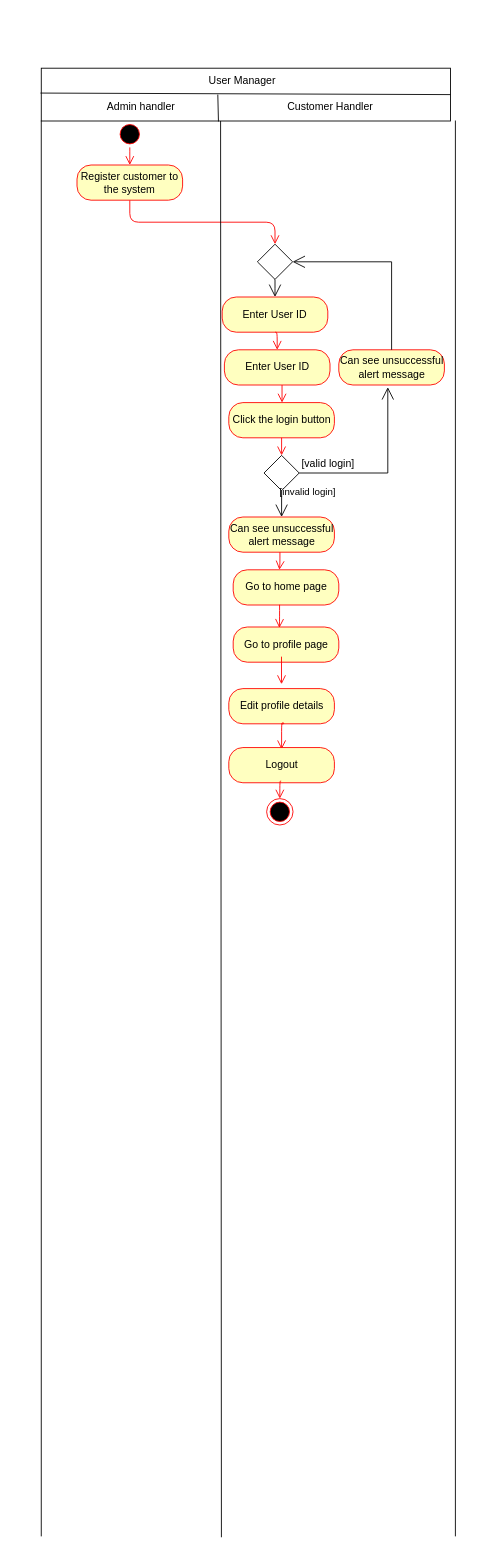
This is page "yuchira activity diagram" (8 of 37) of PAF ER Diagram.drawio from YuchiraJA/PAF-Project-ER-Diagram, a draw.io file, before an edit. Source tidied: cells renumbered, new cells numbered last; positions are measured from the earlier drawing's top-left corner, leaving out a move shared by most shapes. Both pictures are drawn from the tidied source at 88%, with x=0, y=0 at pixel (40, 68).
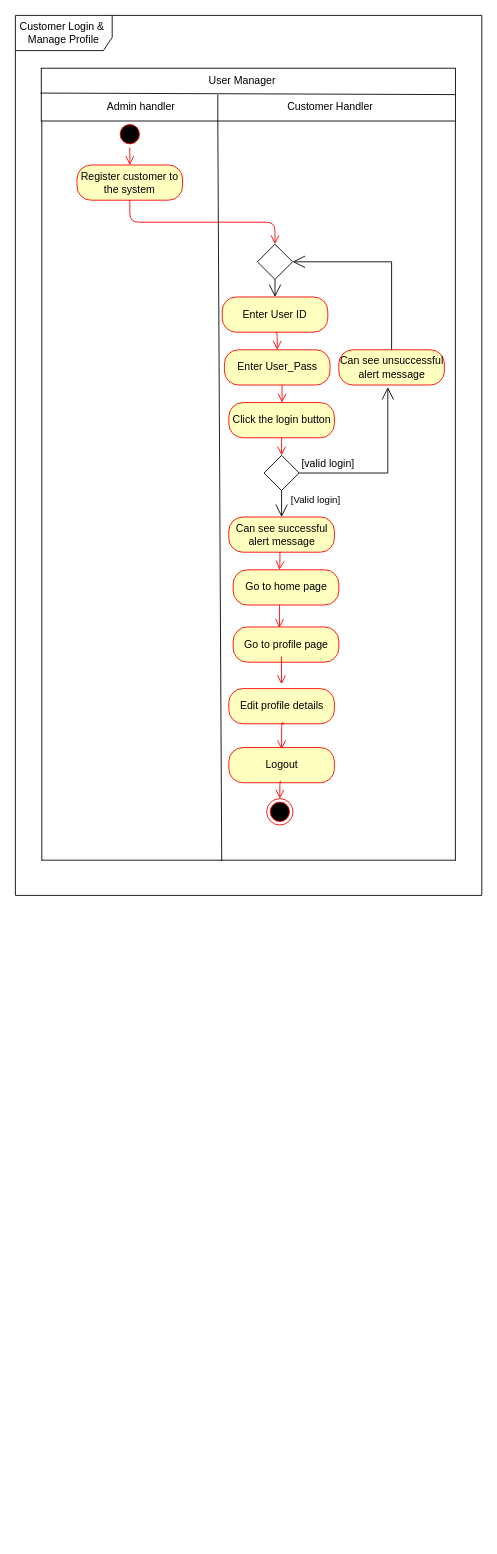
After the change.

Unchanged cells that the change refers to:
```xml
<mxCell id="8" style="shape=rhombus;html=1;verticalLabelPosition=bottom;verticalAlignment=top;" parent="1" vertex="1">
  <mxGeometry x="253.5" y="440" width="40" height="40" as="geometry" />
</mxCell>
<mxCell id="39" value="Can see unsuccessful alert message" style="rounded=1;whiteSpace=wrap;html=1;arcSize=40;fontColor=#000000;fillColor=#ffffc0;strokeColor=#ff0000;" parent="1" vertex="1">
  <mxGeometry x="338.5" y="320" width="120" height="40" as="geometry" />
</mxCell>
```

Diff of the diagram source:
```diff
@@
     <mxCell id="2" style="shape=partialRectangle;whiteSpace=wrap;html=1;top=0;bottom=0;fillColor=none;" parent="1" vertex="1">
-      <mxGeometry x="0.4" y="60" width="470.6" height="1607.8" as="geometry" />
+      <mxGeometry x="1" y="60" width="470" height="840" as="geometry" />
     </mxCell>
     <mxCell id="3" style="rounded=0;whiteSpace=wrap;html=1;" parent="1" vertex="1">
-      <mxGeometry x="0.4" width="465" height="60" as="geometry" />
+      <mxGeometry x="0.4" width="470.6" height="60" as="geometry" />
     </mxCell>
@@
-    <mxCell id="9" value="[invalid login]" style="edgeStyle=elbowEdgeStyle;html=1;elbow=vertical;verticalAlign=bottom;endArrow=open;rounded=0;labelBackgroundColor=none;endSize=12;entryX=0.464;entryY=1.061;entryDx=0;entryDy=0;entryPerimeter=0;" parent="1" edge="1" source="8" target="39">
-      <mxGeometry x="-0.91" y="-30" relative="1" as="geometry">
+    <mxCell id="9" value="[Valid login]" style="edgeStyle=elbowEdgeStyle;html=1;elbow=vertical;verticalAlign=bottom;endArrow=open;rounded=0;labelBackgroundColor=none;endSize=12;entryX=0.464;entryY=1.061;entryDx=0;entryDy=0;entryPerimeter=0;" parent="1" edge="1" source="8" target="39">
+      <mxGeometry x="-0.82" y="-40" relative="1" as="geometry">
         <Array as="points">
           <mxPoint x="331" y="460" />
           <mxPoint x="371" y="290" />
           <mxPoint x="341" y="260" />
           <mxPoint x="291" y="280" />
           <mxPoint x="261" y="260" />
           <mxPoint x="251" y="310" />
           <mxPoint x="231" y="360" />
         </Array>
       </mxGeometry>
     </mxCell>
@@
-    <mxCell id="13" style="endArrow=none;html=1;entryX=0.433;entryY=0;entryDx=0;entryDy=0;entryPerimeter=0;exitX=0.435;exitY=1.001;exitDx=0;exitDy=0;exitPerimeter=0;" parent="1" edge="1" source="2" target="2">
-      <mxGeometry relative="1" as="geometry" />
+    <mxCell id="13" style="endArrow=none;html=1;exitX=0.435;exitY=1.001;exitDx=0;exitDy=0;exitPerimeter=0;" parent="1" edge="1" source="2">
+      <mxGeometry relative="1" as="geometry">
+        <mxPoint x="201" y="60" as="targetPoint" />
+      </mxGeometry>
     </mxCell>
@@
-    <mxCell id="19" style="endArrow=none;html=1;exitX=0.433;exitY=1.01;exitDx=0;exitDy=0;exitPerimeter=0;" parent="1" edge="1" source="3">
+    <mxCell id="19" style="endArrow=none;html=1;" parent="1" edge="1">
       <mxGeometry relative="1" as="geometry">
+        <mxPoint x="201" y="60" as="sourcePoint" />
         <mxPoint x="201" y="30" as="targetPoint" />
       </mxGeometry>
     </mxCell>
@@
-    <mxCell id="24" value="Enter User ID" style="rounded=1;whiteSpace=wrap;html=1;arcSize=40;fontColor=#000000;fillColor=#ffffc0;strokeColor=#ff0000;" parent="1" vertex="1">
+    <mxCell id="24" value="Enter User_Pass" style="rounded=1;whiteSpace=wrap;html=1;arcSize=40;fontColor=#000000;fillColor=#ffffc0;strokeColor=#ff0000;" parent="1" vertex="1">
       <mxGeometry x="208.5" y="320" width="120" height="40" as="geometry" />
     </mxCell>
@@
-    <mxCell id="27" value="Can see unsuccessful alert message" style="rounded=1;whiteSpace=wrap;html=1;arcSize=40;fontColor=#000000;fillColor=#ffffc0;strokeColor=#ff0000;" parent="1" vertex="1">
+    <mxCell id="27" value="Can see successful alert message" style="rounded=1;whiteSpace=wrap;html=1;arcSize=40;fontColor=#000000;fillColor=#ffffc0;strokeColor=#ff0000;" parent="1" vertex="1">
       <mxGeometry x="213.5" y="510" width="120" height="40" as="geometry" />
     </mxCell>
@@
+    <mxCell id="41" style="endArrow=none;html=1;entryX=1;entryY=1;entryDx=0;entryDy=0;exitX=0;exitY=1;exitDx=0;exitDy=0;" parent="1" edge="1" source="2" target="2">
+      <mxGeometry relative="1" as="geometry" />
+    </mxCell>
+    <mxCell id="42" value="Customer Login &amp;amp;&amp;nbsp; Manage Profile" style="shape=umlFrame;whiteSpace=wrap;html=1;width=110;height=40;" parent="1" vertex="1">
+      <mxGeometry x="-29" y="-60" width="530" height="1000" as="geometry" />
+    </mxCell>
```
